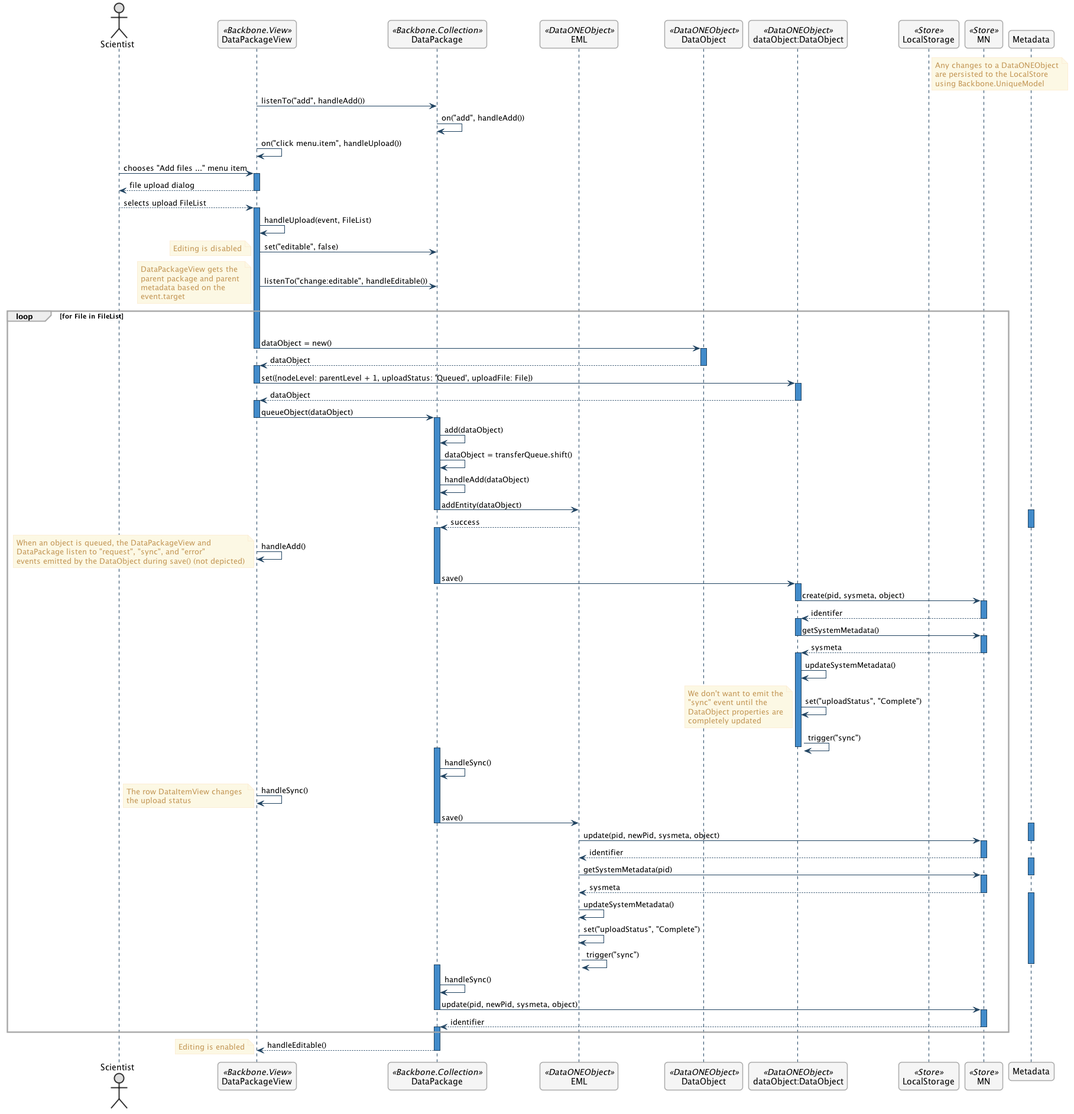
Earlier version of the PlantUML export metacatui/docs/design/editor/use-cases/images/upload-data-sequence-diagram.png (NCEAS/metacatui).
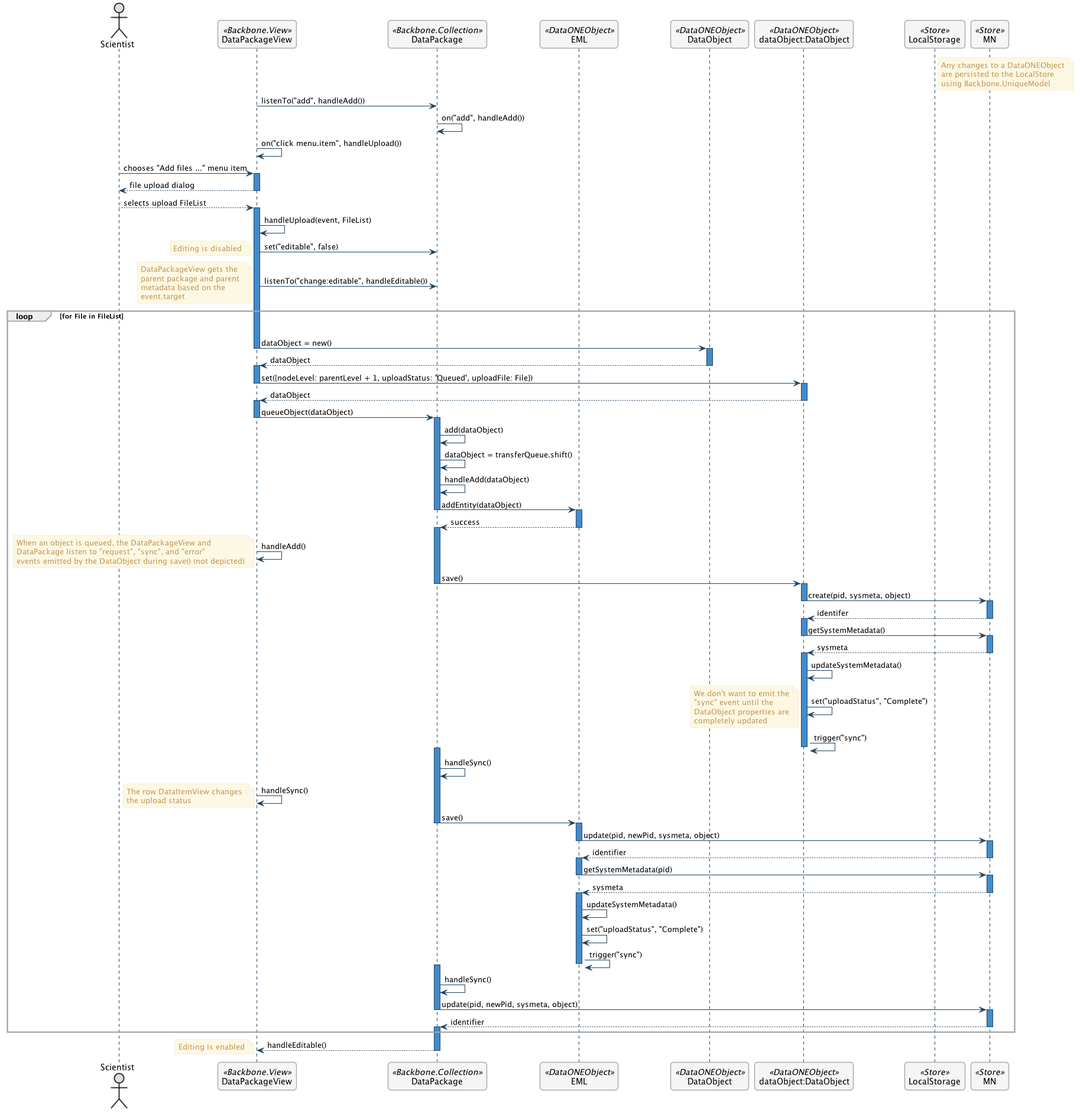
The same diagram one commit later.

Commit message:
Rename the Metadata participant to EML to be more consistent with the class diagrams.(Missed a few spots)

Change to the diagram source:
```diff
@@ -102,9 +102,9 @@
         DataPackage -> EML : addEntity(dataObject)
       deactivate DataPackage
 
-      activate Metadata
+      activate EML
         EML --> DataPackage : success
-      deactivate Metadata
+      deactivate EML
 
       activate DataPackage
         PackageView -> PackageView : handleAdd()
@@ -156,27 +156,27 @@
         DataPackage -> EML : save()
       deactivate DataPackage
 
-      activate Metadata
+      activate EML
         EML -> MN : update(pid, newPid, sysmeta, object)
-      deactivate Metadata
+      deactivate EML
 
       activate MN
         MN --> EML : identifier
       deactivate MN
 
-      activate Metadata
+      activate EML
         EML -> MN : getSystemMetadata(pid)
-      deactivate Metadata
+      deactivate EML
 
       activate MN
         MN --> EML : sysmeta
       deactivate MN
 
-      activate Metadata
+      activate EML
         EML -> EML : updateSystemMetadata()
         EML -> EML : set("uploadStatus", "Complete")
         EML -> EML : trigger("sync")
-      deactivate Metadata
+      deactivate EML
 
       activate DataPackage
         DataPackage -> DataPackage : handleSync()
```
